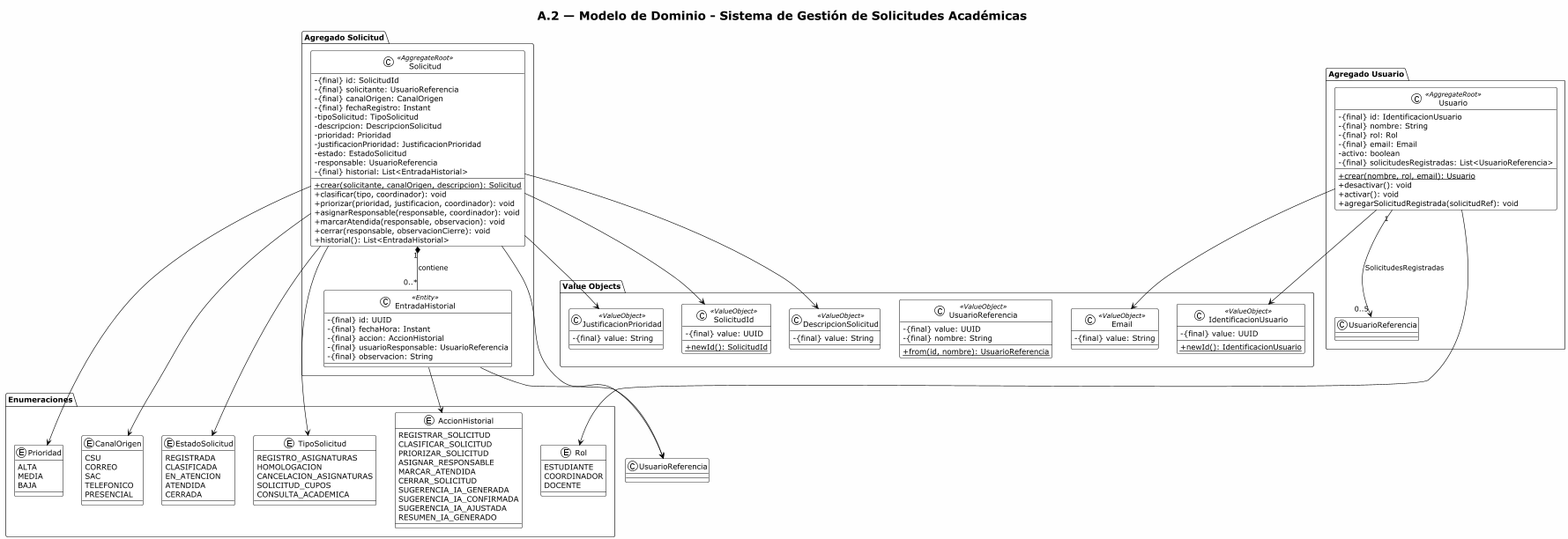
Above: proyecto/docs/diagramaClases/A2_modelo_dominio.png in chaos086/backend-proyecto-sistemaPQRS (PlantUML), before the change.
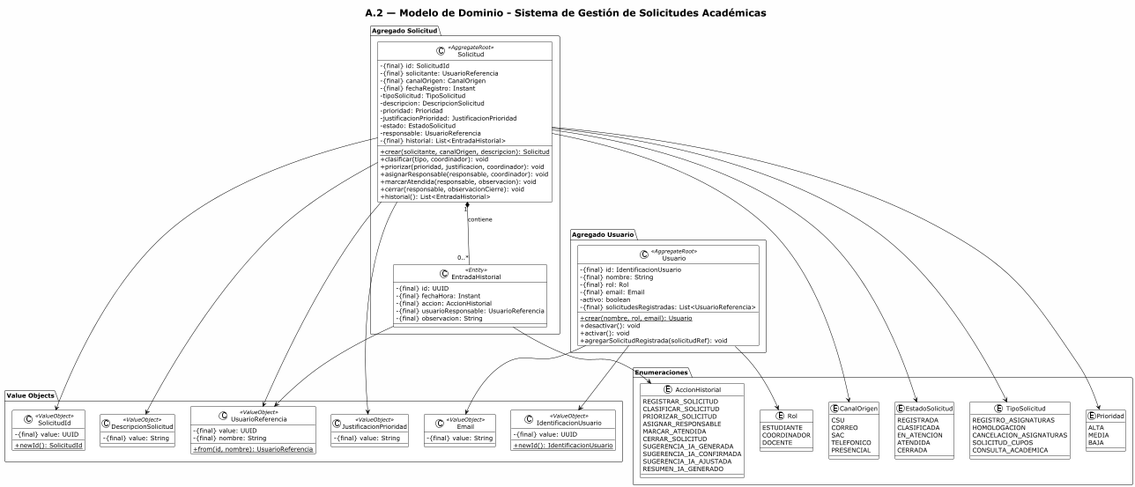
After the change.

Change to the diagram source:
```diff
@@ -59,7 +59,6 @@
         +activar(): void
         +agregarSolicitudRegistrada(solicitudRef): void
     }
-    Usuario "1" --> "0..5" UsuarioReferencia : SolicitudesRegistradas
 }
 
 
```
